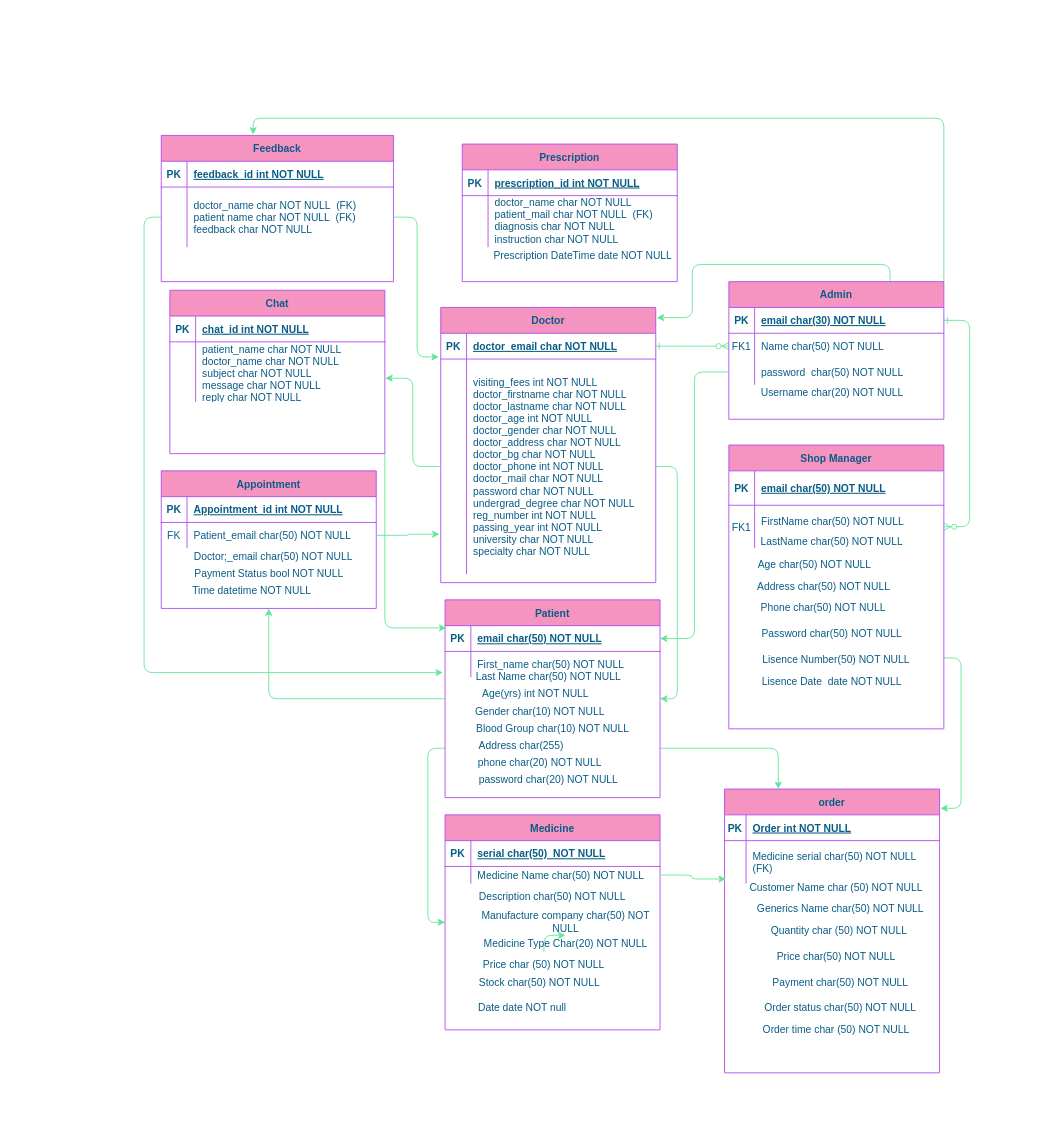
Earlier version of the draw.io diagram ER Diagram.drawio (ProgMahabub21/ABCD). Source tidied: cells renumbered, new cells numbered last; positions are measured from the earlier drawing's top-left corner, leaving out a move shared by most shapes. Both pictures are drawn from the tidied source at 86%, with x=0, y=0 at pixel (161, 135).
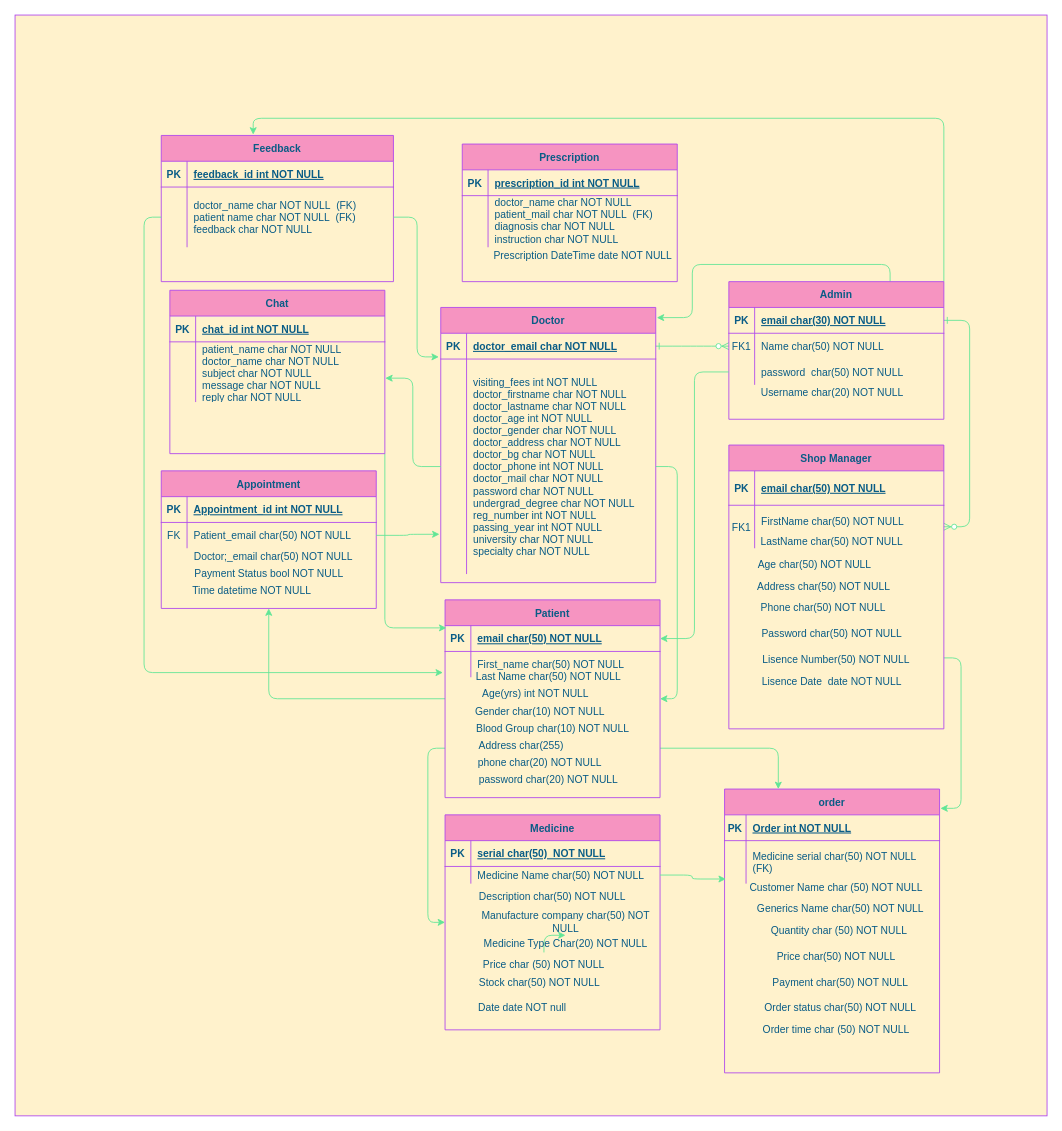
After the change.

Diff of the diagram source:
```diff
@@
+    <mxCell id="124" style="rounded=0;whiteSpace=wrap;html=1;sketch=0;fontColor=#095C86;strokeColor=#AF45ED;fillColor=#FFF2CC;" parent="1" vertex="1">
+      <mxGeometry x="-170" y="-140" width="1200" height="1280" as="geometry" />
+    </mxCell>
```
